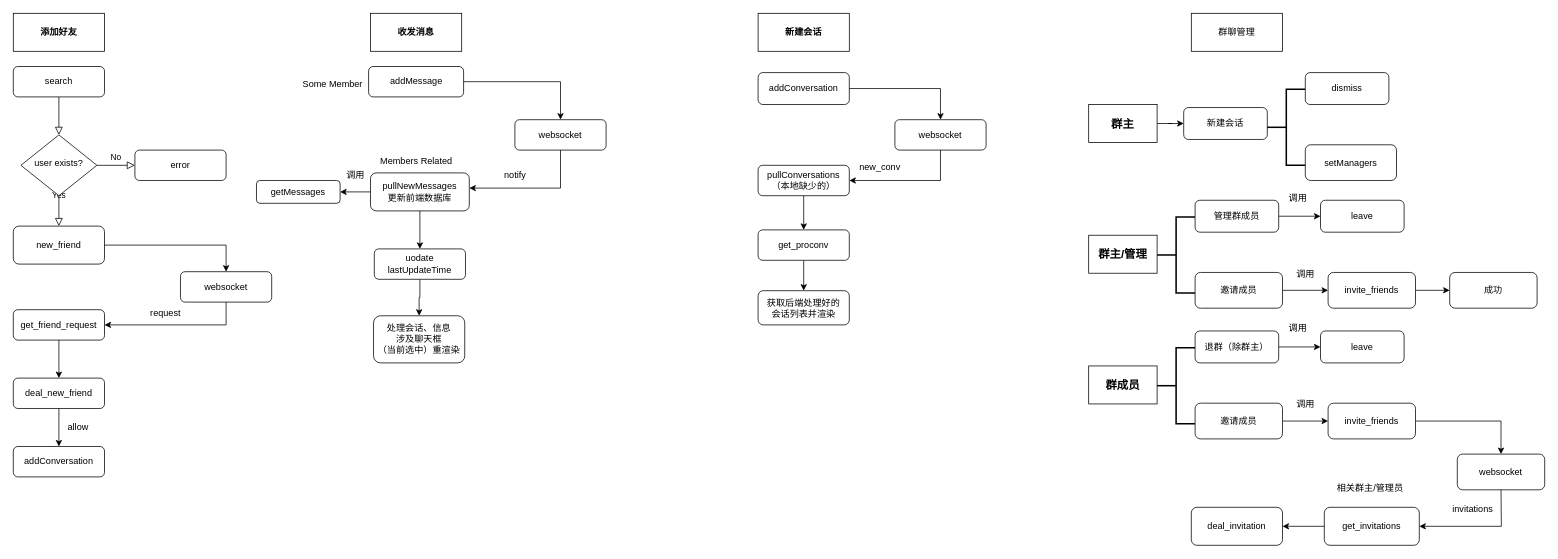
This is 未命名绘图.drawio from Alethes0216/test, a draw.io file, before an edit. Source tidied: cells renumbered, new cells numbered last; positions are measured from the earlier drawing's top-left corner, leaving out a move shared by most shapes. Both pictures are drawn from the tidied source at 76%, with x=0, y=0 at pixel (13, 13).
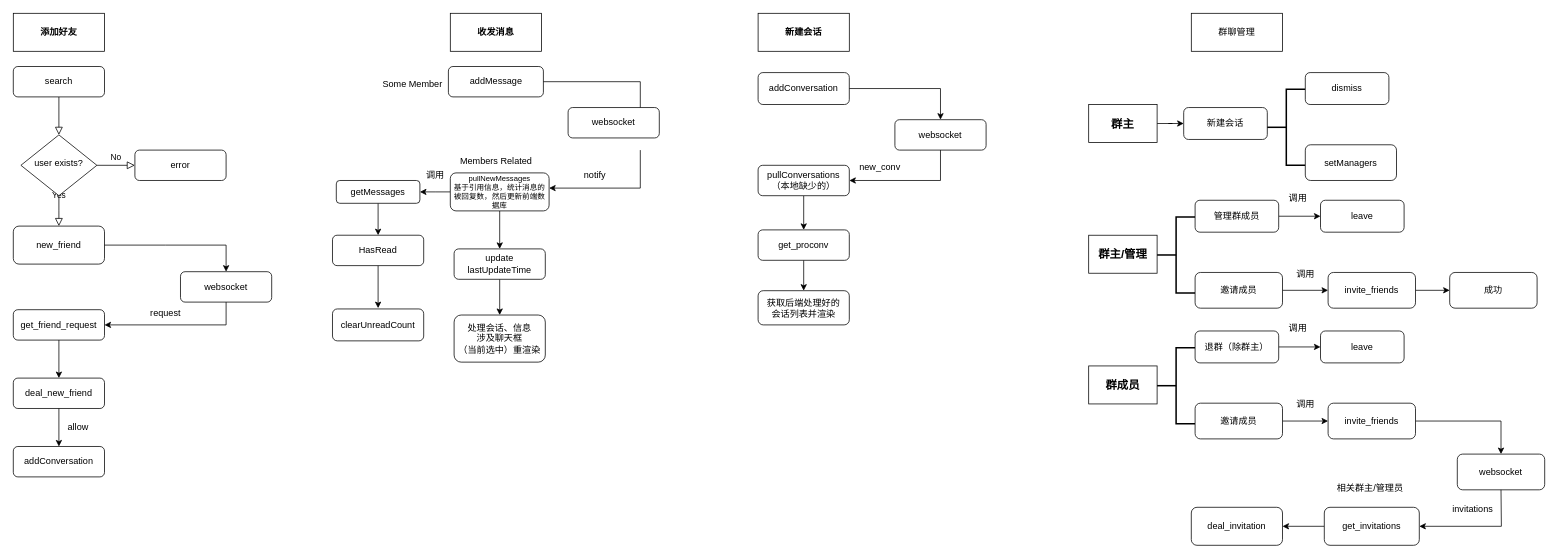
The same page after the edit.

Commit message:
更新未命名绘图.drawio

What changed in the source:
```diff
@@
     <mxCell id="17" value="&lt;b&gt;收发消息&lt;/b&gt;" style="rounded=0;whiteSpace=wrap;html=1;" parent="1" vertex="1">
-      <mxGeometry x="470" width="120" height="50" as="geometry" />
+      <mxGeometry x="575" width="120" height="50" as="geometry" />
     </mxCell>
@@
     <mxCell id="21" value="addMessage" style="rounded=1;whiteSpace=wrap;html=1;" parent="1" vertex="1">
-      <mxGeometry x="467.5" y="70" width="125" height="40" as="geometry" />
+      <mxGeometry x="572.5" y="70" width="125" height="40" as="geometry" />
     </mxCell>
-    <mxCell id="22" style="endArrow=classic;html=1;rounded=0;exitX=1;exitY=0.5;exitDx=0;exitDy=0;entryX=0.5;entryY=0;entryDx=0;entryDy=0;" parent="1" edge="1" source="21" target="23">
+    <mxCell id="22" style="endArrow=classic;html=1;rounded=0;exitX=1;exitY=0.5;exitDx=0;exitDy=0;entryX=0.5;entryY=0;entryDx=0;entryDy=0;" parent="1" edge="1" source="21">
       <mxGeometry relative="1" as="geometry">
+        <mxPoint x="825" y="140" as="targetPoint" />
         <Array as="points">
-          <mxPoint x="720" y="90" />
+          <mxPoint x="825" y="90" />
         </Array>
       </mxGeometry>
     </mxCell>
     <mxCell id="23" value="websocket" style="rounded=1;whiteSpace=wrap;html=1;" parent="1" vertex="1">
-      <mxGeometry x="660" y="140" width="120" height="40" as="geometry" />
+      <mxGeometry x="730" y="124" width="120" height="40" as="geometry" />
     </mxCell>
-    <mxCell id="24" style="endArrow=classic;html=1;rounded=0;exitX=0.5;exitY=1;exitDx=0;exitDy=0;" parent="1" edge="1" source="23">
+    <mxCell id="24" style="endArrow=classic;html=1;rounded=0;exitX=0.5;exitY=1;exitDx=0;exitDy=0;" parent="1" edge="1">
       <mxGeometry relative="1" as="geometry">
-        <mxPoint x="600" y="230" as="targetPoint" />
+        <mxPoint x="825" y="180" as="sourcePoint" />
+        <mxPoint x="705" y="230" as="targetPoint" />
         <Array as="points">
-          <mxPoint x="720" y="230" />
+          <mxPoint x="825" y="230" />
         </Array>
       </mxGeometry>
     </mxCell>
-    <mxCell id="25" style="edgeStyle=orthogonalEdgeStyle;rounded=0;jettySize=auto;html=1;entryX=1;entryY=0.5;entryDx=0;entryDy=0;" parent="1" edge="1" source="27" target="29">
-      <mxGeometry relative="1" as="geometry" />
+    <mxCell id="25" style="edgeStyle=orthogonalEdgeStyle;rounded=0;jettySize=auto;html=1;entryX=1;entryY=0.5;entryDx=0;entryDy=0;" parent="1" edge="1" source="27">
+      <mxGeometry relative="1" as="geometry">
+        <mxPoint x="535" y="235" as="targetPoint" />
+      </mxGeometry>
     </mxCell>
@@
-    <mxCell id="27" value="pullNewMessages&lt;div&gt;更新前端数据库&lt;/div&gt;" style="rounded=1;whiteSpace=wrap;html=1;" parent="1" vertex="1">
-      <mxGeometry x="470" y="210" width="130" height="50" as="geometry" />
+    <mxCell id="27" value="pullNewMessages&lt;div style=&quot;font-size: 10px;&quot;&gt;基于引用信息，统计消息的被回复数，然后更新前端数据库&lt;/div&gt;" style="rounded=1;whiteSpace=wrap;html=1;fontSize=10;" parent="1" vertex="1">
+      <mxGeometry x="575" y="210" width="130" height="50" as="geometry" />
     </mxCell>
     <mxCell id="28" value="notify" style="text;html=1;align=center;verticalAlign=middle;strokeColor=none;fillColor=none;" parent="1" vertex="1">
-      <mxGeometry x="635" y="198" width="50" height="30" as="geometry" />
+      <mxGeometry x="740" y="198" width="50" height="30" as="geometry" />
     </mxCell>
+    <mxCell id="84" style="edgeStyle=orthogonalEdgeStyle;rounded=0;orthogonalLoop=1;jettySize=auto;html=1;" parent="1" edge="1">
+      <mxGeometry relative="1" as="geometry">
+        <mxPoint x="480" y="250" as="sourcePoint" />
+        <mxPoint x="480" y="292" as="targetPoint" />
+      </mxGeometry>
+    </mxCell>
     <mxCell id="29" value="getMessages" style="whiteSpace=wrap;html=1;rounded=1;" parent="1" vertex="1">
-      <mxGeometry x="320" y="220" width="110" height="30" as="geometry" />
+      <mxGeometry x="425" y="220" width="110" height="30" as="geometry" />
     </mxCell>
@@
-    <mxCell id="31" value="uodate lastUpdateTime" style="whiteSpace=wrap;html=1;rounded=1;" parent="1" vertex="1">
-      <mxGeometry x="475" y="310" width="120" height="40" as="geometry" />
+    <mxCell id="31" value="update lastUpdateTime" style="whiteSpace=wrap;html=1;rounded=1;" parent="1" vertex="1">
+      <mxGeometry x="580" y="310" width="120" height="40" as="geometry" />
     </mxCell>
     <mxCell id="32" value="调用" style="text;html=1;align=center;verticalAlign=middle;strokeColor=none;fillColor=none;" parent="1" vertex="1">
-      <mxGeometry x="425" y="198" width="50" height="30" as="geometry" />
+      <mxGeometry x="530" y="198" width="50" height="30" as="geometry" />
     </mxCell>
     <mxCell id="33" value="Some Member" style="text;html=1;align=center;verticalAlign=middle;strokeColor=none;fillColor=none;" parent="1" vertex="1">
-      <mxGeometry x="370" y="78" width="100" height="30" as="geometry" />
+      <mxGeometry x="475" y="78" width="100" height="30" as="geometry" />
     </mxCell>
     <mxCell id="34" value="Members Related" style="text;html=1;align=center;verticalAlign=middle;strokeColor=none;fillColor=none;" parent="1" vertex="1">
-      <mxGeometry x="470" y="180" width="120" height="30" as="geometry" />
+      <mxGeometry x="575" y="180" width="120" height="30" as="geometry" />
     </mxCell>
     <mxCell id="35" value="&lt;div&gt;处理会话、信息&lt;/div&gt;涉及聊天框&lt;div&gt;（当前选中）重渲染&lt;/div&gt;" style="whiteSpace=wrap;html=1;rounded=1;" parent="1" vertex="1">
-      <mxGeometry x="474" y="398" width="120" height="62" as="geometry" />
+      <mxGeometry x="580" y="397" width="120" height="62" as="geometry" />
     </mxCell>
@@
+    <mxCell id="85" style="edgeStyle=orthogonalEdgeStyle;rounded=0;orthogonalLoop=1;jettySize=auto;html=1;exitX=0.5;exitY=1;exitDx=0;exitDy=0;" parent="1" edge="1">
+      <mxGeometry relative="1" as="geometry">
+        <mxPoint x="480" y="332" as="sourcePoint" />
+        <mxPoint x="480" y="388" as="targetPoint" />
+      </mxGeometry>
+    </mxCell>
+    <mxCell id="86" value="HasRead" style="rounded=1;whiteSpace=wrap;html=1;" parent="1" vertex="1">
+      <mxGeometry x="420" y="292" width="120" height="40" as="geometry" />
+    </mxCell>
+    <mxCell id="87" value="clearUnreadCount" style="rounded=1;whiteSpace=wrap;html=1;" parent="1" vertex="1">
+      <mxGeometry x="420" y="389" width="120" height="42" as="geometry" />
+    </mxCell>
```
